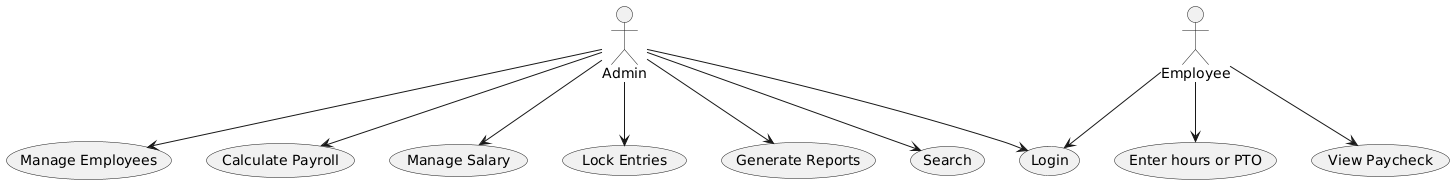
This is payrollsystem/docs/uml/uml-usecase.png from rgwin1/sdev268fp, a PlantUML export, as it was before one commit. Source of this version:
```plantuml
@startuml
actor Admin
actor Employee

Admin --> (Login)
Admin --> (Manage Employees)
Admin --> (Calculate Payroll)
Admin --> (Manage Salary)
Admin --> (Lock Entries)
Admin --> (Generate Reports)
Admin --> (Search)

Employee --> (Login)
Employee --> (Enter hours or PTO)
Employee --> (View Paycheck)
@enduml
```
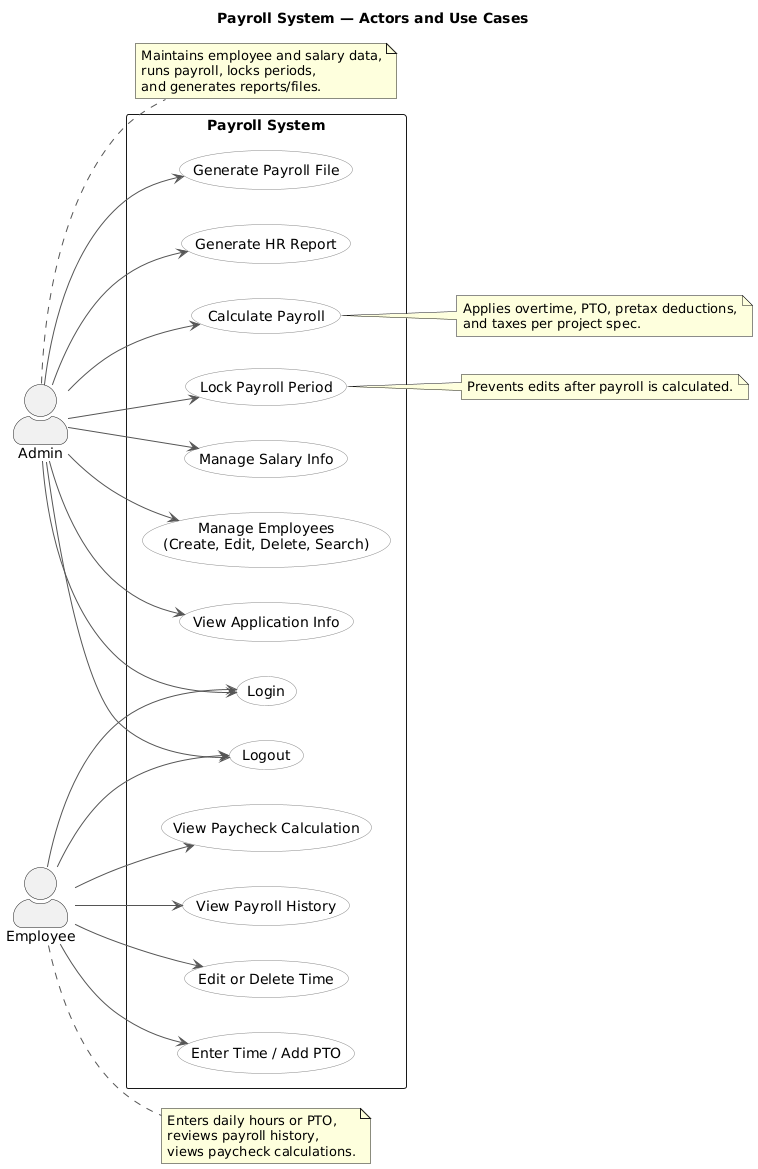
The same file after the commit.

The edit, as a diff of the source:
```diff
@@ -1,16 +1,71 @@
 @startuml
+title Payroll System — Actors and Use Cases
+
+left to right direction
+skinparam shadowing false
+skinparam actorStyle awesome
+skinparam usecase {
+  BackgroundColor White
+  BorderColor #888
+  ArrowColor #555
+}
+
 actor Admin
 actor Employee
 
-Admin --> (Login)
-Admin --> (Manage Employees)
-Admin --> (Calculate Payroll)
-Admin --> (Manage Salary)
-Admin --> (Lock Entries)
-Admin --> (Generate Reports)
-Admin --> (Search)
+rectangle "Payroll System" {
+  usecase "Login" as UC_Login
+  usecase "Logout" as UC_Logout
 
-Employee --> (Login)
-Employee --> (Enter hours or PTO)
-Employee --> (View Paycheck)
+  usecase "Manage Employees\n(Create, Edit, Delete, Search)" as UC_ManageEmp
+  usecase "Manage Salary Info" as UC_Salary
+  usecase "Calculate Payroll" as UC_Calc
+  usecase "Lock Payroll Period" as UC_Lock
+  usecase "Generate HR Report" as UC_HR
+  usecase "Generate Payroll File" as UC_File
+  usecase "View Application Info" as UC_Info
+
+  usecase "Enter Time / Add PTO" as UC_Time
+  usecase "Edit or Delete Time" as UC_EditTime
+  usecase "View Payroll History" as UC_History
+  usecase "View Paycheck Calculation" as UC_ViewCalc
+}
+
+Admin --> UC_Login
+Admin --> UC_Logout
+Admin --> UC_ManageEmp
+Admin --> UC_Salary
+Admin --> UC_Calc
+Admin --> UC_Lock
+Admin --> UC_HR
+Admin --> UC_File
+Admin --> UC_Info
+
+Employee --> UC_Login
+Employee --> UC_Logout
+Employee --> UC_Time
+Employee --> UC_EditTime
+Employee --> UC_History
+Employee --> UC_ViewCalc
+
+note right of Admin
+Maintains employee and salary data,
+runs payroll, locks periods,
+and generates reports/files.
+end note
+
+note right of Employee
+Enters daily hours or PTO,
+reviews payroll history,
+views paycheck calculations.
+end note
+
+note right of UC_Calc
+Applies overtime, PTO, pretax deductions,
+and taxes per project spec.
+end note
+
+note right of UC_Lock
+Prevents edits after payroll is calculated.
+end note
 @enduml
```
